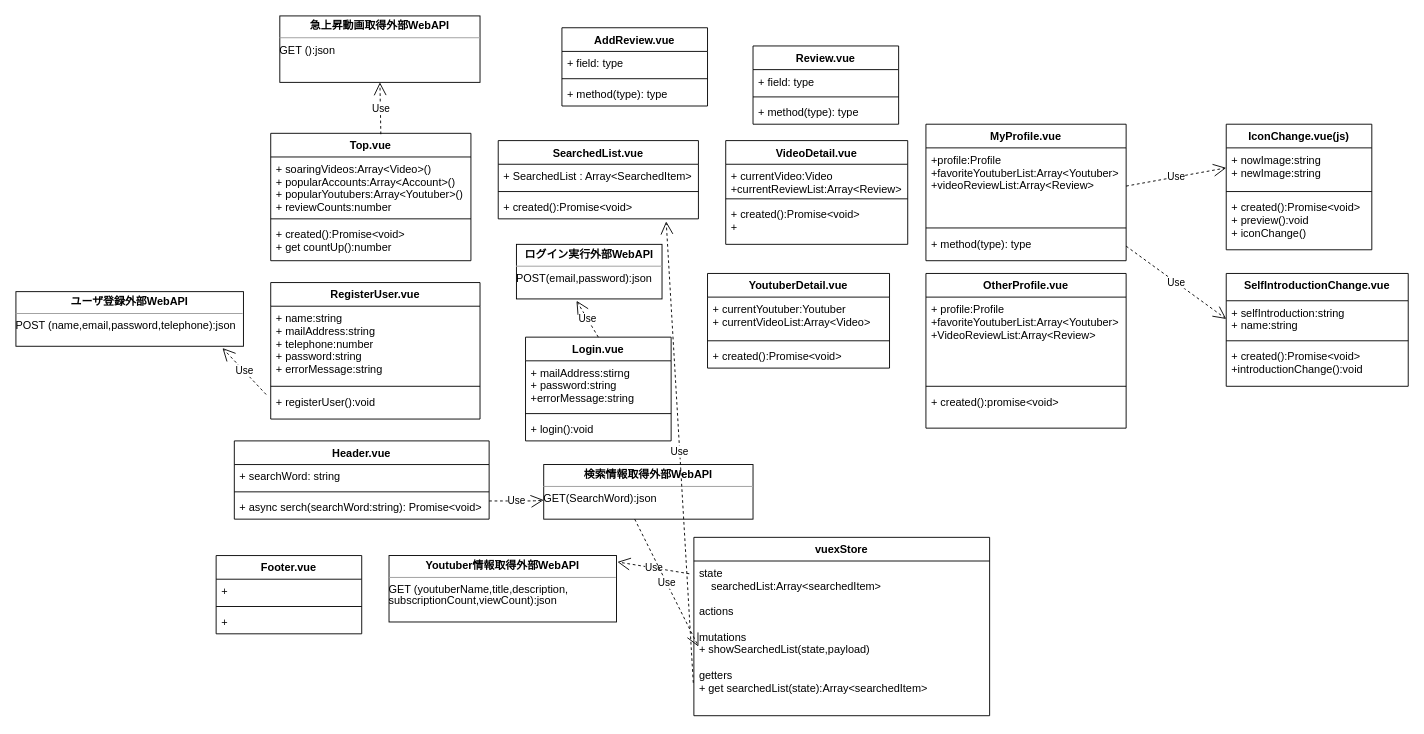
Above: document/クラス図.drawio in takuyanoguchi626/youtube_review_app (draw.io), before the change. Source tidied: cells renumbered, new cells numbered last; positions are measured from the earlier drawing's top-left corner, leaving out a move shared by most shapes. Both pictures are drawn from the tidied source at 91%, with x=0, y=0 at pixel (15, 15).
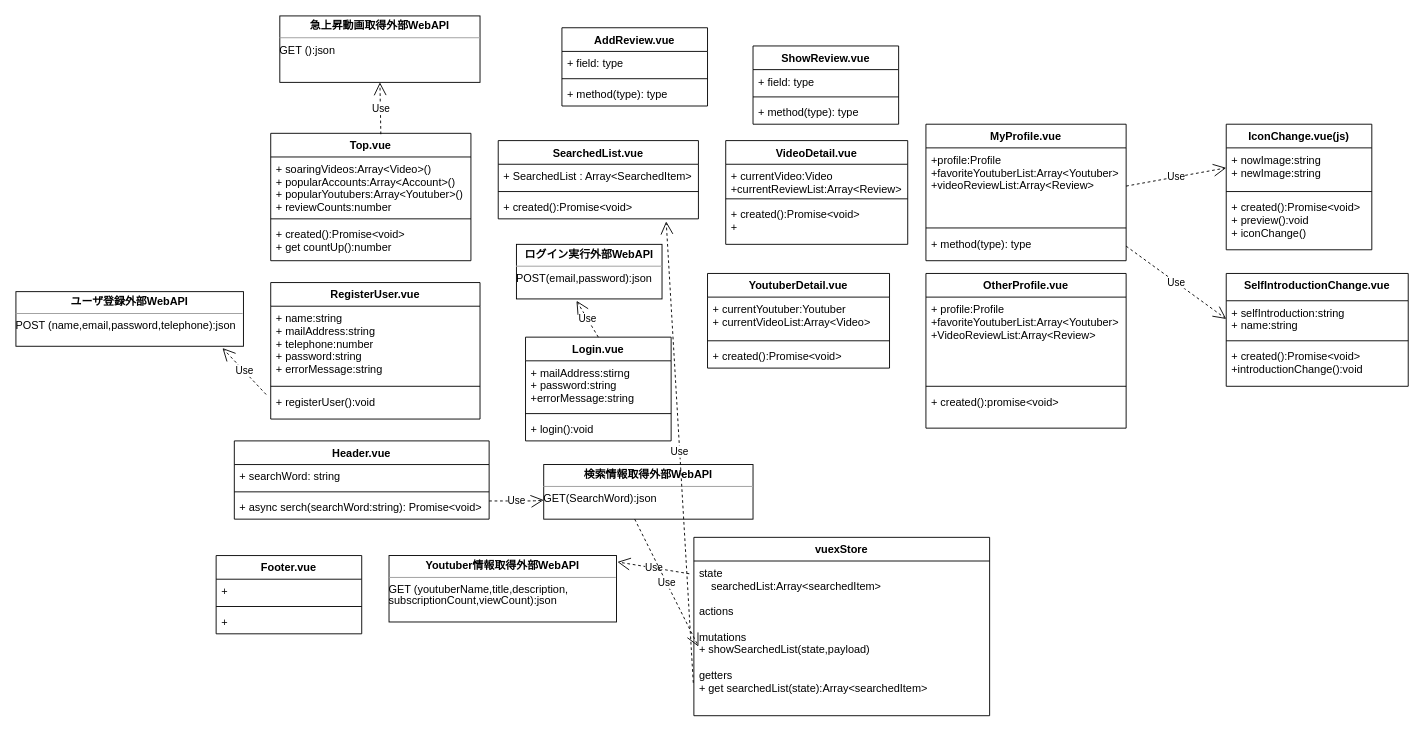
The same page after the edit.

Change to the diagram source:
```diff
@@
-    <mxCell id="66" value="Review.vue" style="swimlane;fontStyle=1;align=center;verticalAlign=top;horizontal=1;startSize=26;" parent="1" vertex="1">
+    <mxCell id="66" value="ShowReview.vue" style="swimlane;fontStyle=1;align=center;verticalAlign=top;horizontal=1;startSize=26;" parent="1" vertex="1">
       <mxGeometry x="810" y="33" width="160" height="86" as="geometry" />
     </mxCell>
```
